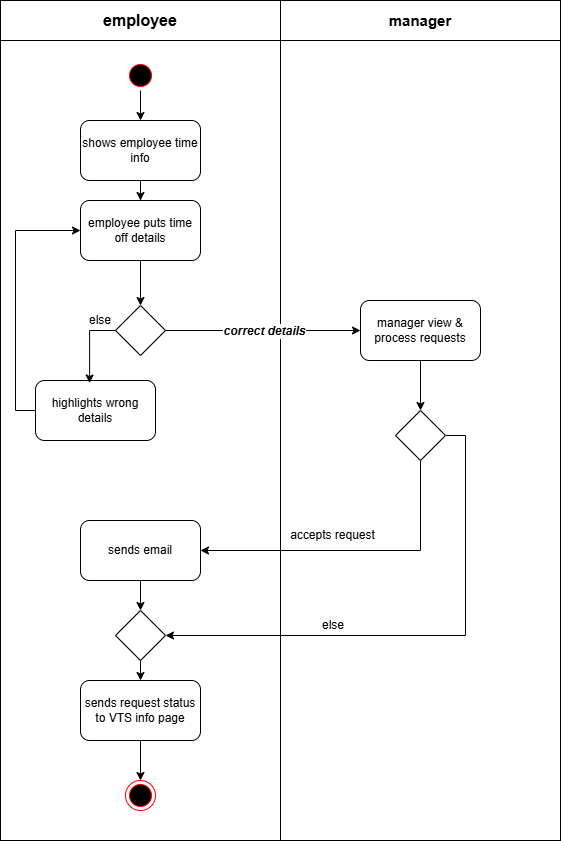
The draw.io diagram task1/manageTime_activityDiagram.drawio.png in zieadkh/Mentorship, before a commit. Source tidied: cells renumbered, new cells last; positions are measured from the earlier drawing's top-left corner, leaving out a move shared by most shapes.
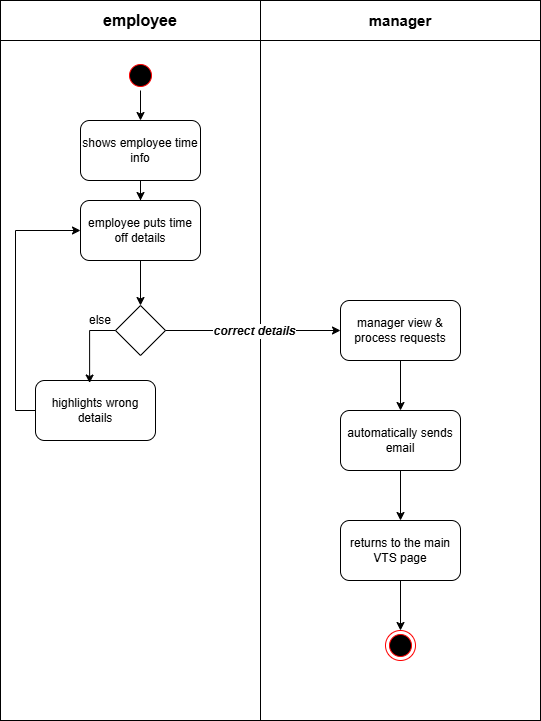
Above is the later version.

What changed in the source:
```diff
@@ -3,7 +3,7 @@
     <mxCell id="0" />
     <mxCell id="1" parent="0" />
     <mxCell id="2" style="rounded=0;whiteSpace=wrap;html=1;" parent="1" vertex="1">
-      <mxGeometry width="280" height="840" as="geometry" />
+      <mxGeometry width="280" height="720" as="geometry" />
     </mxCell>
     <mxCell id="3" style="edgeStyle=orthogonalEdgeStyle;rounded=0;jettySize=auto;html=1;" parent="1" edge="1" source="4" target="8">
       <mxGeometry relative="1" as="geometry" />
@@ -27,46 +27,31 @@
       <mxGeometry x="115" y="305" width="50" height="50" as="geometry" />
     </mxCell>
     <mxCell id="10" style="rounded=0;whiteSpace=wrap;html=1;" parent="1" vertex="1">
-      <mxGeometry x="280" width="280" height="840" as="geometry" />
+      <mxGeometry x="260" width="280" height="720" as="geometry" />
     </mxCell>
     <mxCell id="11" value="&lt;b&gt;&lt;font style=&quot;font-size: 16px;&quot;&gt;employee&lt;/font&gt;&lt;/b&gt;" style="rounded=0;whiteSpace=wrap;html=1;" parent="1" vertex="1">
       <mxGeometry width="280" height="40" as="geometry" />
     </mxCell>
     <mxCell id="12" value="&lt;b&gt;&lt;font style=&quot;font-size: 15px;&quot;&gt;manager&lt;/font&gt;&lt;/b&gt;" style="rounded=0;whiteSpace=wrap;html=1;" parent="1" vertex="1">
-      <mxGeometry x="280" width="280" height="40" as="geometry" />
+      <mxGeometry x="260" width="280" height="40" as="geometry" />
     </mxCell>
-    <mxCell id="13" style="edgeStyle=orthogonalEdgeStyle;rounded=0;jettySize=auto;html=1;" parent="1" edge="1" source="14" target="17">
-      <mxGeometry relative="1" as="geometry" />
-    </mxCell>
+    <mxCell id="33" style="edgeStyle=orthogonalEdgeStyle;rounded=0;jettySize=auto;html=1;" parent="1" edge="1" source="14" target="21">
+      <mxGeometry relative="1" as="geometry" />
+    </mxCell>
     <mxCell id="14" value="manager view &amp;amp; process requests" style="rounded=1;whiteSpace=wrap;html=1;" parent="1" vertex="1">
-      <mxGeometry x="360" y="300" width="120" height="60" as="geometry" />
+      <mxGeometry x="340" y="300" width="120" height="60" as="geometry" />
     </mxCell>
-    <mxCell id="15" style="edgeStyle=orthogonalEdgeStyle;rounded=0;jettySize=auto;html=1;exitX=1;exitY=0.5;exitDx=0;exitDy=0;entryX=1;entryY=0.5;entryDx=0;entryDy=0;" parent="1" edge="1" source="17" target="19">
-      <mxGeometry relative="1" as="geometry" />
-    </mxCell>
-    <mxCell id="16" style="edgeStyle=orthogonalEdgeStyle;rounded=0;jettySize=auto;html=1;exitX=0.5;exitY=1;exitDx=0;exitDy=0;entryX=1;entryY=0.5;entryDx=0;entryDy=0;" parent="1" edge="1" source="17" target="21">
-      <mxGeometry relative="1" as="geometry" />
-    </mxCell>
-    <mxCell id="17" style="rhombus;whiteSpace=wrap;html=1;" parent="1" vertex="1">
-      <mxGeometry x="395" y="410" width="50" height="50" as="geometry" />
-    </mxCell>
-    <mxCell id="18" style="edgeStyle=orthogonalEdgeStyle;rounded=0;jettySize=auto;html=1;exitX=0.5;exitY=1;exitDx=0;exitDy=0;entryX=0.5;entryY=0;entryDx=0;entryDy=0;" parent="1" edge="1" source="19" target="23">
-      <mxGeometry relative="1" as="geometry" />
-    </mxCell>
-    <mxCell id="19" style="rhombus;whiteSpace=wrap;html=1;" parent="1" vertex="1">
-      <mxGeometry x="115" y="610" width="50" height="50" as="geometry" />
-    </mxCell>
-    <mxCell id="20" style="edgeStyle=orthogonalEdgeStyle;rounded=0;jettySize=auto;html=1;exitX=0.5;exitY=1;exitDx=0;exitDy=0;entryX=0.5;entryY=0;entryDx=0;entryDy=0;" parent="1" edge="1" source="21" target="19">
-      <mxGeometry relative="1" as="geometry" />
-    </mxCell>
+    <mxCell id="34" style="edgeStyle=orthogonalEdgeStyle;rounded=0;jettySize=auto;html=1;" parent="1" edge="1" source="21" target="23">
+      <mxGeometry relative="1" as="geometry" />
+    </mxCell>
-    <mxCell id="21" value="sends email" style="rounded=1;whiteSpace=wrap;html=1;" parent="1" vertex="1">
-      <mxGeometry x="80" y="520" width="120" height="60" as="geometry" />
+    <mxCell id="21" value="automatically sends email" style="rounded=1;whiteSpace=wrap;html=1;" parent="1" vertex="1">
+      <mxGeometry x="340" y="410" width="120" height="60" as="geometry" />
     </mxCell>
     <mxCell id="22" style="edgeStyle=orthogonalEdgeStyle;rounded=0;jettySize=auto;html=1;exitX=0.5;exitY=1;exitDx=0;exitDy=0;entryX=0.5;entryY=0;entryDx=0;entryDy=0;" parent="1" edge="1" source="23" target="26">
       <mxGeometry relative="1" as="geometry" />
     </mxCell>
-    <mxCell id="23" value="sends request status to VTS info page" style="rounded=1;whiteSpace=wrap;html=1;" parent="1" vertex="1">
-      <mxGeometry x="80" y="680" width="120" height="60" as="geometry" />
+    <mxCell id="23" value="returns to the main VTS page" style="rounded=1;whiteSpace=wrap;html=1;" parent="1" vertex="1">
+      <mxGeometry x="340" y="520" width="120" height="60" as="geometry" />
     </mxCell>
     <mxCell id="24" style="endArrow=classic;html=1;rounded=0;entryX=0;entryY=0.5;entryDx=0;entryDy=0;exitX=1;exitY=0.5;exitDx=0;exitDy=0;" parent="1" edge="1" source="9" target="14">
       <mxGeometry relative="1" as="geometry" />
@@ -75,14 +60,8 @@
       <mxGeometry relative="1" as="geometry" />
     </mxCell>
     <mxCell id="26" style="ellipse;html=1;shape=endState;fillColor=#000000;strokeColor=#ff0000;" parent="1" vertex="1">
-      <mxGeometry x="125" y="780" width="30" height="30" as="geometry" />
+      <mxGeometry x="385" y="630" width="30" height="30" as="geometry" />
     </mxCell>
-    <mxCell id="27" value="accepts request" style="text;html=1;whiteSpace=wrap;strokeColor=none;fillColor=none;align=center;verticalAlign=middle;rounded=0;" parent="1" vertex="1">
-      <mxGeometry x="285" y="520" width="95" height="30" as="geometry" />
-    </mxCell>
-    <mxCell id="28" value="else" style="text;html=1;whiteSpace=wrap;strokeColor=none;fillColor=none;align=center;verticalAlign=middle;rounded=0;" parent="1" vertex="1">
-      <mxGeometry x="302.5" y="610" width="60" height="30" as="geometry" />
-    </mxCell>
     <mxCell id="29" style="edgeStyle=orthogonalEdgeStyle;rounded=0;jettySize=auto;html=1;exitX=0;exitY=0.5;exitDx=0;exitDy=0;entryX=0;entryY=0.5;entryDx=0;entryDy=0;" parent="1" edge="1" source="30" target="8">
       <mxGeometry relative="1" as="geometry" />
     </mxCell>
```
